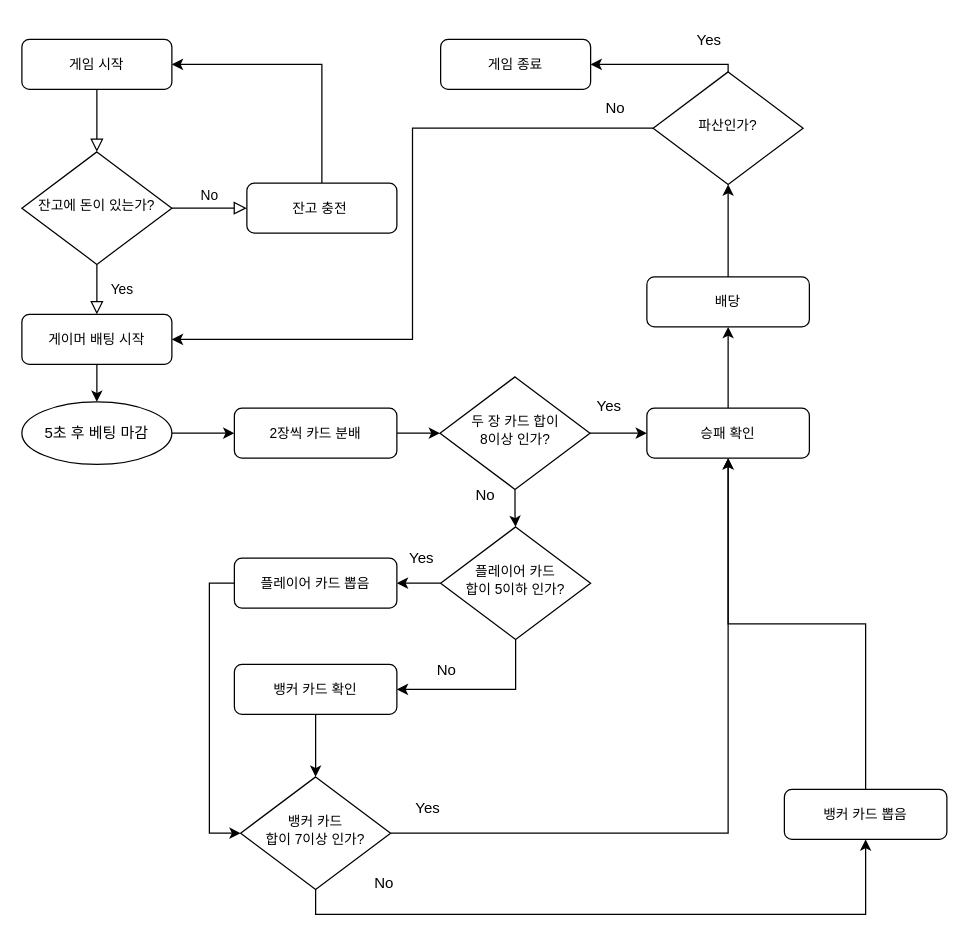
Above: Bakara/게임 흐름 순서도.drawio in wltnthss/oop_java (draw.io), before the change. Source tidied: cells renumbered, new cells numbered last; positions are measured from the earlier drawing's top-left corner, leaving out a move shared by most shapes. Both pictures are drawn from the tidied source at 125%, with x=0, y=0 at pixel (21, 21).
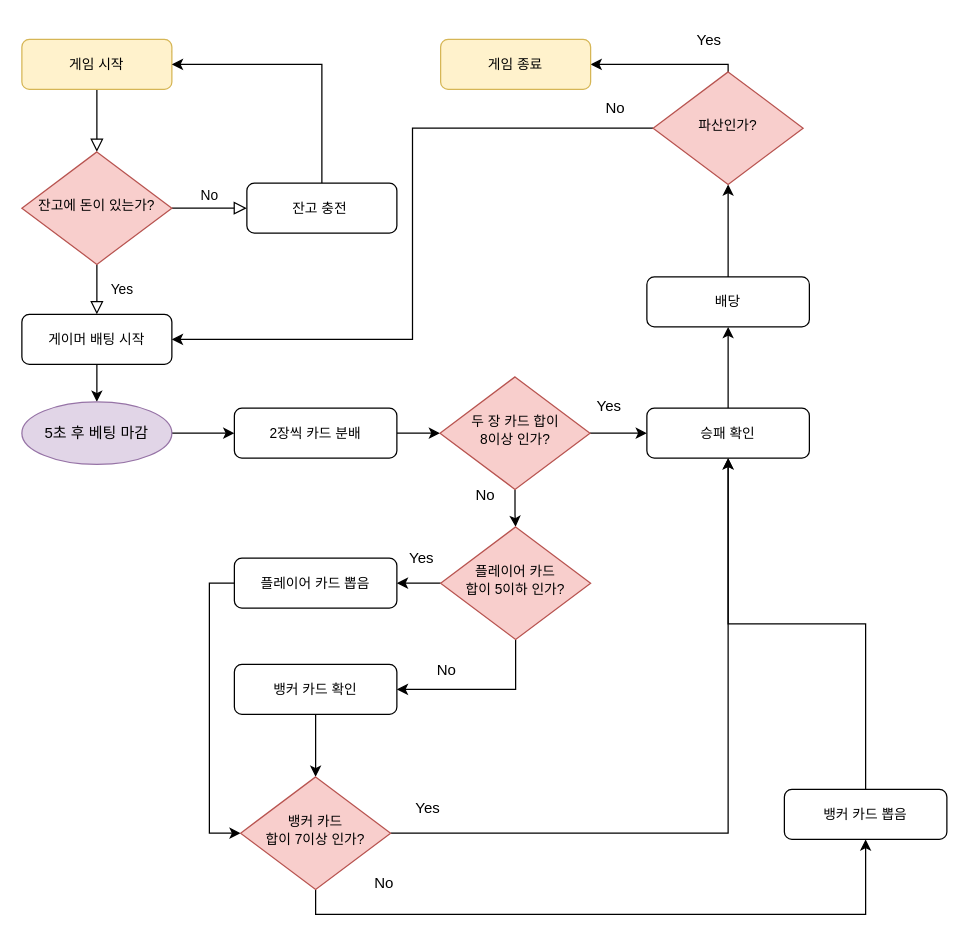
The same diagram, later.

Commit message:
게임 흐름 순서도.drawio 업데이트

The edit, as a diff of the source:
```diff
@@
-    <mxCell id="4" value="게임 시작" style="rounded=1;whiteSpace=wrap;html=1;fontSize=11;glass=0;strokeWidth=1;shadow=0;" parent="1" vertex="1">
+    <mxCell id="4" value="게임 시작" style="rounded=1;whiteSpace=wrap;html=1;fontSize=11;glass=0;strokeWidth=1;shadow=0;fillColor=#fff2cc;strokeColor=#d6b656;" parent="1" vertex="1">
       <mxGeometry y="14" width="120" height="40" as="geometry" />
     </mxCell>
@@
-    <mxCell id="7" value="잔고에 돈이 있는가?" style="rhombus;whiteSpace=wrap;html=1;shadow=0;fontFamily=Helvetica;fontSize=11;align=center;strokeWidth=1;spacing=6;spacingTop=-4;" parent="1" vertex="1">
+    <mxCell id="7" value="잔고에 돈이 있는가?" style="rhombus;whiteSpace=wrap;html=1;shadow=0;fontFamily=Helvetica;fontSize=11;align=center;strokeWidth=1;spacing=6;spacingTop=-4;fillColor=#f8cecc;strokeColor=#b85450;" parent="1" vertex="1">
       <mxGeometry y="104" width="120" height="90" as="geometry" />
     </mxCell>
@@
-    <mxCell id="13" value="5초 후 베팅 마감" style="ellipse;whiteSpace=wrap;html=1;" parent="1" vertex="1">
+    <mxCell id="13" value="5초 후 베팅 마감" style="ellipse;whiteSpace=wrap;html=1;fillColor=#e1d5e7;strokeColor=#9673a6;" parent="1" vertex="1">
       <mxGeometry y="304" width="120" height="50" as="geometry" />
     </mxCell>
@@
-    <mxCell id="18" value="두 장 카드 합이&lt;br style=&quot;border-color: var(--border-color);&quot;&gt;8이상 인가?" style="rhombus;whiteSpace=wrap;html=1;shadow=0;fontFamily=Helvetica;fontSize=11;align=center;strokeWidth=1;spacing=6;spacingTop=-4;" parent="1" vertex="1">
+    <mxCell id="18" value="두 장 카드 합이&lt;br style=&quot;border-color: var(--border-color);&quot;&gt;8이상 인가?" style="rhombus;whiteSpace=wrap;html=1;shadow=0;fontFamily=Helvetica;fontSize=11;align=center;strokeWidth=1;spacing=6;spacingTop=-4;fillColor=#f8cecc;strokeColor=#b85450;" parent="1" vertex="1">
       <mxGeometry x="334.5" y="284" width="120" height="90" as="geometry" />
     </mxCell>
@@
-    <mxCell id="27" value="플레이어 카드 &lt;br&gt;합이 5이하 인가?" style="rhombus;whiteSpace=wrap;html=1;shadow=0;fontFamily=Helvetica;fontSize=11;align=center;strokeWidth=1;spacing=6;spacingTop=-4;" parent="1" vertex="1">
+    <mxCell id="27" value="플레이어 카드 &lt;br&gt;합이 5이하 인가?" style="rhombus;whiteSpace=wrap;html=1;shadow=0;fontFamily=Helvetica;fontSize=11;align=center;strokeWidth=1;spacing=6;spacingTop=-4;fillColor=#f8cecc;strokeColor=#b85450;" parent="1" vertex="1">
       <mxGeometry x="335" y="404" width="120" height="90" as="geometry" />
     </mxCell>
@@
-    <mxCell id="34" value="뱅커 카드&lt;br&gt;합이 7이상 인가?" style="rhombus;whiteSpace=wrap;html=1;shadow=0;fontFamily=Helvetica;fontSize=11;align=center;strokeWidth=1;spacing=6;spacingTop=-4;" parent="1" vertex="1">
+    <mxCell id="34" value="뱅커 카드&lt;br&gt;합이 7이상 인가?" style="rhombus;whiteSpace=wrap;html=1;shadow=0;fontFamily=Helvetica;fontSize=11;align=center;strokeWidth=1;spacing=6;spacingTop=-4;fillColor=#f8cecc;strokeColor=#b85450;" parent="1" vertex="1">
       <mxGeometry x="175" y="604" width="120" height="90" as="geometry" />
     </mxCell>
@@
-    <mxCell id="43" value="파산인가?" style="rhombus;whiteSpace=wrap;html=1;shadow=0;fontFamily=Helvetica;fontSize=11;align=center;strokeWidth=1;spacing=6;spacingTop=-4;" parent="1" vertex="1">
+    <mxCell id="43" value="파산인가?" style="rhombus;whiteSpace=wrap;html=1;shadow=0;fontFamily=Helvetica;fontSize=11;align=center;strokeWidth=1;spacing=6;spacingTop=-4;fillColor=#f8cecc;strokeColor=#b85450;" parent="1" vertex="1">
       <mxGeometry x="505" y="40" width="120" height="90" as="geometry" />
     </mxCell>
-    <mxCell id="44" value="게임 종료" style="rounded=1;whiteSpace=wrap;html=1;fontSize=11;glass=0;strokeWidth=1;shadow=0;" parent="1" vertex="1">
+    <mxCell id="44" value="게임 종료" style="rounded=1;whiteSpace=wrap;html=1;fontSize=11;glass=0;strokeWidth=1;shadow=0;fillColor=#fff2cc;strokeColor=#d6b656;" parent="1" vertex="1">
       <mxGeometry x="335" y="14" width="120" height="40" as="geometry" />
     </mxCell>
```
